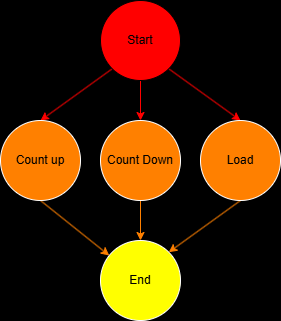
Before: 2/img/AOV.png, a diagram exported from draw.io (gordonpow/lab_hardware_test). Source tidied: cells renumbered, new cells last; positions are measured from the earlier drawing's top-left corner, leaving out a move shared by most shapes.
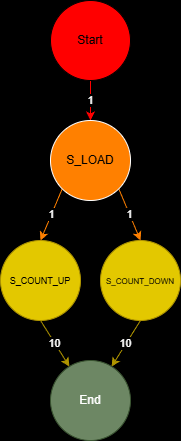
The same diagram one commit later.

Change to the diagram source:
```diff
@@ -2,38 +2,37 @@
   <root>
     <mxCell id="0" />
     <mxCell id="1" parent="0" />
-    <mxCell id="2" style="edgeStyle=none;html=1;exitX=0;exitY=1;exitDx=0;exitDy=0;entryX=0.5;entryY=0;entryDx=0;entryDy=0;fontColor=#FFFFFF;strokeColor=#FF0000;" parent="1" edge="1" source="5" target="7">
-      <mxGeometry relative="1" as="geometry" />
-    </mxCell>
-    <mxCell id="3" style="edgeStyle=none;html=1;exitX=0.5;exitY=1;exitDx=0;exitDy=0;entryX=0.5;entryY=0;entryDx=0;entryDy=0;fontColor=#FFFFFF;strokeColor=#FF0000;" parent="1" edge="1" source="5" target="9">
-      <mxGeometry relative="1" as="geometry" />
+    <mxCell id="3" value="1" style="edgeStyle=none;html=1;exitX=0.5;exitY=1;exitDx=0;exitDy=0;fontColor=#FFFFFF;strokeColor=#FF0000;labelBackgroundColor=#000000;" parent="1" edge="1" source="5">
+      <mxGeometry relative="1" as="geometry">
+        <mxPoint x="140" y="120" as="targetPoint" />
+      </mxGeometry>
     </mxCell>
-    <mxCell id="4" style="edgeStyle=none;html=1;exitX=1;exitY=1;exitDx=0;exitDy=0;entryX=0.5;entryY=0;entryDx=0;entryDy=0;strokeColor=#FF0000;" parent="1" edge="1" source="5" target="12">
-      <mxGeometry relative="1" as="geometry" />
-    </mxCell>
     <mxCell id="5" value="Start" style="ellipse;whiteSpace=wrap;html=1;fillColor=#FF0000;fontColor=#000000;" parent="1" vertex="1">
       <mxGeometry x="100" width="80" height="80" as="geometry" />
     </mxCell>
-    <mxCell id="6" style="edgeStyle=none;html=1;exitX=0.5;exitY=1;exitDx=0;exitDy=0;fontColor=#FFFFFF;strokeColor=#FF8000;" parent="1" edge="1" source="7" target="10">
+    <mxCell id="6" value="10" style="edgeStyle=none;html=1;exitX=0.5;exitY=1;exitDx=0;exitDy=0;fontColor=#FFFFFF;strokeColor=#B09500;fillColor=#e3c800;labelBackgroundColor=#000000;" parent="1" edge="1" source="7" target="10">
       <mxGeometry relative="1" as="geometry" />
     </mxCell>
-    <mxCell id="7" value="Count up" style="ellipse;whiteSpace=wrap;html=1;fontColor=#000000;strokeColor=#FFFFFF;fillColor=#FF8000;" parent="1" vertex="1">
-      <mxGeometry y="120" width="80" height="80" as="geometry" />
+    <mxCell id="7" value="&lt;font style=&quot;font-size: 9px;&quot;&gt;S_COUNT_UP&lt;/font&gt;" style="ellipse;whiteSpace=wrap;html=1;fontColor=#000000;strokeColor=#B09500;fillColor=#e3c800;" parent="1" vertex="1">
+      <mxGeometry x="50" y="240" width="80" height="80" as="geometry" />
     </mxCell>
-    <mxCell id="8" style="edgeStyle=none;html=1;exitX=0.5;exitY=1;exitDx=0;exitDy=0;fontColor=#FFFFFF;strokeColor=#FF8000;" parent="1" edge="1" source="9" target="10">
+    <mxCell id="8" value="10" style="edgeStyle=none;html=1;exitX=0.5;exitY=1;exitDx=0;exitDy=0;fontColor=#FFFFFF;strokeColor=#B09500;fillColor=#e3c800;labelBackgroundColor=#000000;" parent="1" edge="1" source="9" target="10">
       <mxGeometry relative="1" as="geometry" />
     </mxCell>
-    <mxCell id="9" value="Count Down" style="ellipse;whiteSpace=wrap;html=1;fontColor=#000000;strokeColor=#FFFFFF;fillColor=#FF8000;" parent="1" vertex="1">
-      <mxGeometry x="100" y="120" width="80" height="80" as="geometry" />
+    <mxCell id="9" value="&lt;font style=&quot;font-size: 8px;&quot;&gt;S_COUNT_DOWN&lt;/font&gt;" style="ellipse;whiteSpace=wrap;html=1;fontColor=#000000;strokeColor=#B09500;fillColor=#e3c800;" parent="1" vertex="1">
+      <mxGeometry x="150" y="240" width="80" height="80" as="geometry" />
     </mxCell>
-    <mxCell id="10" value="End" style="ellipse;whiteSpace=wrap;html=1;fontColor=#000000;strokeColor=#FFFFFF;fillColor=#FFFF00;" parent="1" vertex="1">
-      <mxGeometry x="100" y="240" width="80" height="80" as="geometry" />
+    <mxCell id="10" value="End" style="ellipse;whiteSpace=wrap;html=1;fontColor=#ffffff;strokeColor=#3A5431;fillColor=#6d8764;" parent="1" vertex="1">
+      <mxGeometry x="100" y="360" width="80" height="80" as="geometry" />
     </mxCell>
-    <mxCell id="11" style="edgeStyle=none;html=1;exitX=0.5;exitY=1;exitDx=0;exitDy=0;entryX=1;entryY=0;entryDx=0;entryDy=0;strokeColor=#FF8000;" parent="1" edge="1" source="12" target="10">
-      <mxGeometry relative="1" as="geometry" />
-    </mxCell>
+    <mxCell id="13" value="1" style="edgeStyle=none;html=1;exitX=0;exitY=1;exitDx=0;exitDy=0;entryX=0.5;entryY=0;entryDx=0;entryDy=0;strokeColor=#FF8000;fontColor=#FFFFFF;labelBackgroundColor=#000000;" parent="1" edge="1" source="12" target="7">
+      <mxGeometry relative="1" as="geometry" />
+    </mxCell>
+    <mxCell id="14" value="1" style="edgeStyle=none;html=1;exitX=1;exitY=1;exitDx=0;exitDy=0;entryX=0.5;entryY=0;entryDx=0;entryDy=0;strokeColor=#FF8000;fontColor=#FFFFFF;labelBackgroundColor=#000000;" parent="1" edge="1" source="12" target="9">
+      <mxGeometry relative="1" as="geometry" />
+    </mxCell>
-    <mxCell id="12" value="Load" style="ellipse;whiteSpace=wrap;html=1;fontColor=#000000;strokeColor=#FFFFFF;fillColor=#FF8000;" parent="1" vertex="1">
-      <mxGeometry x="200" y="120" width="80" height="80" as="geometry" />
+    <mxCell id="12" value="S_LOAD" style="ellipse;whiteSpace=wrap;html=1;fontColor=#000000;strokeColor=#FFFFFF;fillColor=#FF8000;" parent="1" vertex="1">
+      <mxGeometry x="100" y="120" width="80" height="80" as="geometry" />
     </mxCell>
   </root>
 </mxGraphModel>
```
